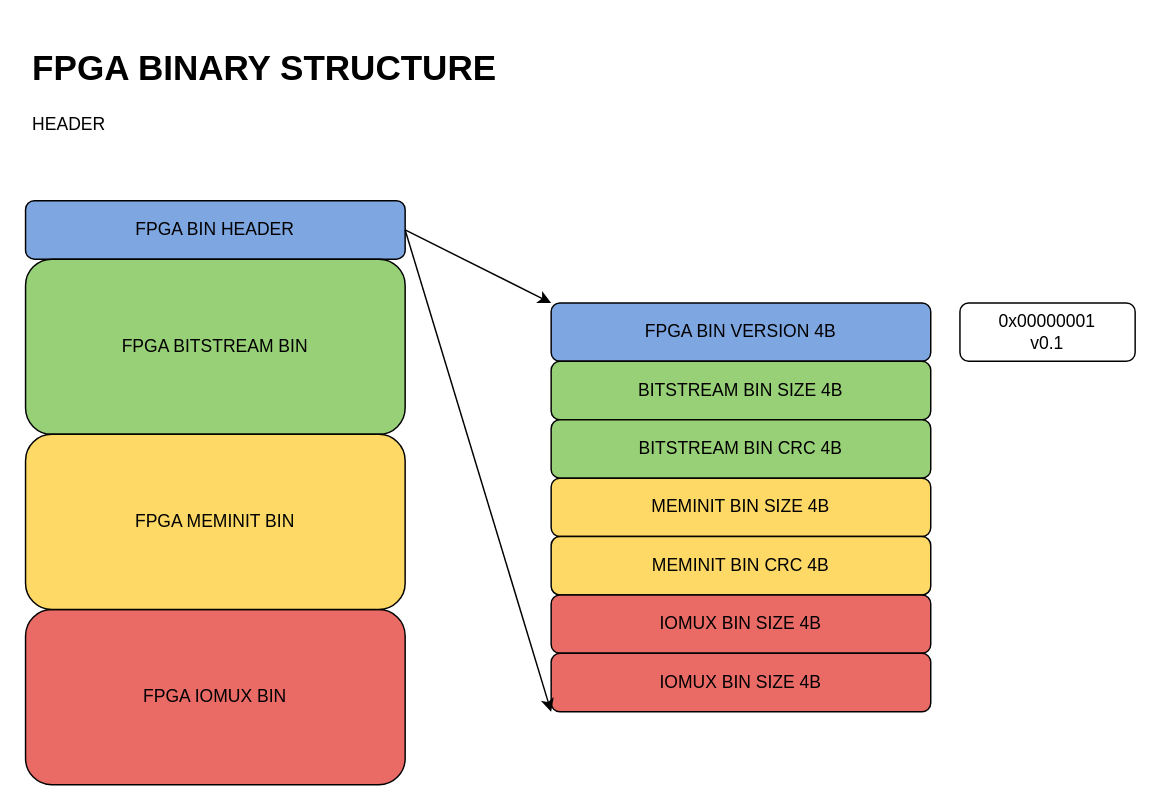
This is page "header" (1 of 4) of qf_apps/qf_bootloader/fpga-bin-structure.drawio from QuickLogic-Corp/qorc-sdk, a draw.io file, before an edit. Source tidied: cells renumbered, new cells numbered last; positions are measured from the earlier drawing's top-left corner, leaving out a move shared by most shapes. Both pictures are drawn from the tidied source at 146%, with x=0, y=0 at pixel (25, 39).
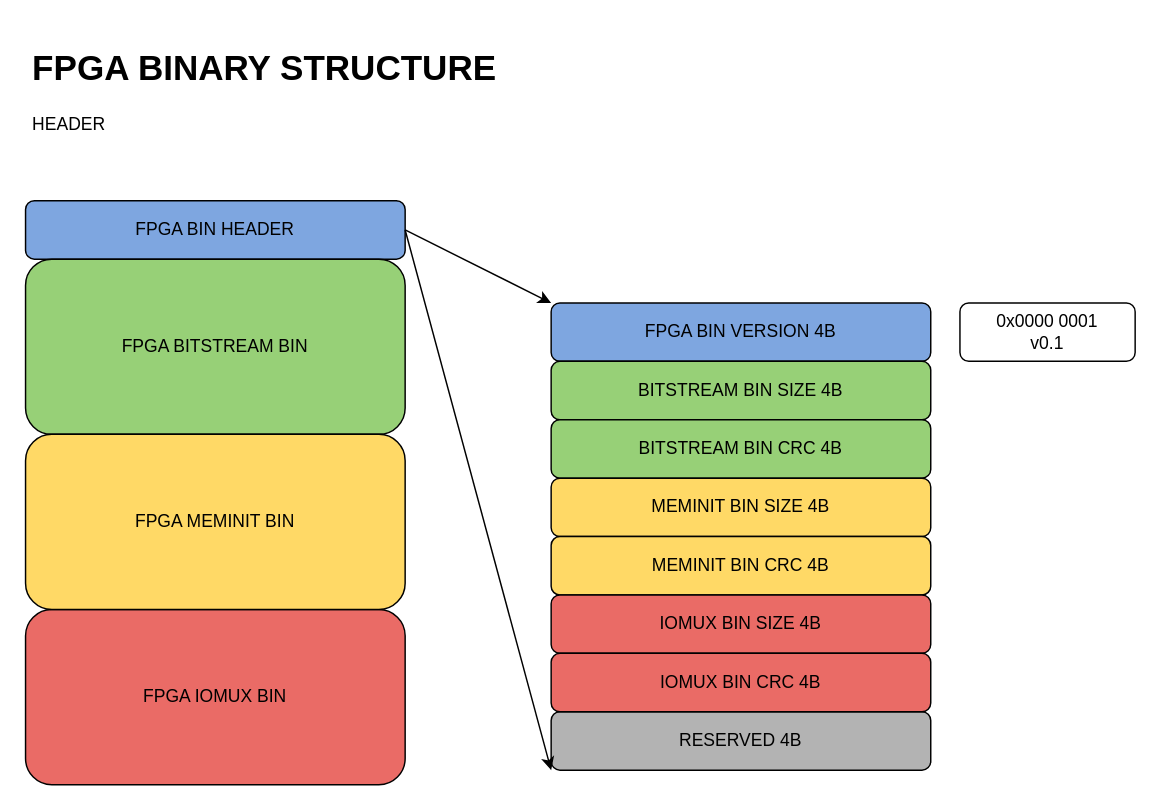
The same diagram, later.

Change to the diagram source:
```diff
@@
-<mxGraphModel>
+<mxGraphModel background="#ffffff">
   <root>
     <mxCell id="0" />
     <mxCell id="1" parent="0" />
     <mxCell id="2" value="&lt;div&gt;FPGA BIN HEADER&lt;/div&gt;" style="rounded=1;whiteSpace=wrap;html=1;fillColor=#7EA6E0;" parent="1" vertex="1">
       <mxGeometry y="110" width="260" height="40" as="geometry" />
     </mxCell>
     <mxCell id="3" value="&lt;div&gt;FPGA BITSTREAM BIN&lt;br&gt;&lt;/div&gt;" style="rounded=1;whiteSpace=wrap;html=1;fillColor=#97D077;" parent="1" vertex="1">
       <mxGeometry y="150" width="260" height="120" as="geometry" />
     </mxCell>
     <mxCell id="4" value="&lt;div&gt;FPGA IOMUX BIN&lt;br&gt;&lt;/div&gt;" style="rounded=1;whiteSpace=wrap;html=1;fillColor=#EA6B66;" parent="1" vertex="1">
       <mxGeometry y="390" width="260" height="120" as="geometry" />
     </mxCell>
     <mxCell id="5" value="&lt;div&gt;FPGA MEMINIT BIN&lt;br&gt;&lt;/div&gt;" style="rounded=1;whiteSpace=wrap;html=1;fillColor=#FFD966;" parent="1" vertex="1">
       <mxGeometry y="270" width="260" height="120" as="geometry" />
     </mxCell>
     <mxCell id="6" value="FPGA BIN VERSION 4B" style="rounded=1;whiteSpace=wrap;html=1;fillColor=#7EA6E0;" parent="1" vertex="1">
       <mxGeometry x="360" y="180" width="260" height="40" as="geometry" />
     </mxCell>
     <mxCell id="7" value="BITSTREAM BIN SIZE 4B" style="rounded=1;whiteSpace=wrap;html=1;fillColor=#97D077;" parent="1" vertex="1">
       <mxGeometry x="360" y="220" width="260" height="40" as="geometry" />
     </mxCell>
     <mxCell id="8" value="BITSTREAM BIN CRC 4B" style="rounded=1;whiteSpace=wrap;html=1;fillColor=#97D077;" parent="1" vertex="1">
       <mxGeometry x="360" y="260" width="260" height="40" as="geometry" />
     </mxCell>
     <mxCell id="9" value="MEMINIT BIN SIZE 4B" style="rounded=1;whiteSpace=wrap;html=1;fillColor=#FFD966;" parent="1" vertex="1">
       <mxGeometry x="360" y="300" width="260" height="40" as="geometry" />
     </mxCell>
     <mxCell id="10" value="MEMINIT BIN CRC 4B" style="rounded=1;whiteSpace=wrap;html=1;fillColor=#FFD966;" parent="1" vertex="1">
       <mxGeometry x="360" y="340" width="260" height="40" as="geometry" />
     </mxCell>
     <mxCell id="11" value="IOMUX BIN SIZE 4B" style="rounded=1;whiteSpace=wrap;html=1;fillColor=#EA6B66;" parent="1" vertex="1">
       <mxGeometry x="360" y="380" width="260" height="40" as="geometry" />
     </mxCell>
-    <mxCell id="12" value="IOMUX BIN SIZE 4B" style="rounded=1;whiteSpace=wrap;html=1;fillColor=#EA6B66;" parent="1" vertex="1">
-      <mxGeometry x="360" y="420" width="260" height="40" as="geometry" />
+    <mxCell id="12" value="RESERVED 4B" style="rounded=1;whiteSpace=wrap;html=1;fillColor=#B3B3B3;" parent="1" vertex="1">
+      <mxGeometry x="360" y="460" width="260" height="40" as="geometry" />
     </mxCell>
     <mxCell id="13" style="endArrow=classic;html=1;exitX=1;exitY=0.5;exitDx=0;exitDy=0;entryX=0;entryY=0;entryDx=0;entryDy=0;" parent="1" edge="1" source="2" target="6">
       <mxGeometry relative="1" as="geometry" />
     </mxCell>
     <mxCell id="14" style="endArrow=classic;html=1;exitX=1;exitY=0.5;exitDx=0;exitDy=0;entryX=0;entryY=1;entryDx=0;entryDy=0;" parent="1" edge="1" source="2" target="12">
       <mxGeometry relative="1" as="geometry" />
     </mxCell>
     <mxCell id="15" value="&lt;h1&gt;FPGA BINARY STRUCTURE&lt;br&gt;&lt;/h1&gt;&lt;p&gt;HEADER&lt;br&gt;&lt;/p&gt;" style="text;html=1;strokeColor=none;fillColor=none;spacing=5;spacingTop=-20;whiteSpace=wrap;overflow=hidden;rounded=0;" parent="1" vertex="1">
       <mxGeometry width="330" height="80" as="geometry" />
     </mxCell>
-    <mxCell id="16" value="&lt;div&gt;0x00000001&lt;/div&gt;&lt;div&gt;v0.1&lt;br&gt;&lt;/div&gt;" style="rounded=1;whiteSpace=wrap;html=1;fillColor=#FFFFFF;" parent="1" vertex="1">
+    <mxCell id="16" value="&lt;div&gt;0x0000 0001&lt;/div&gt;&lt;div&gt;v0.1&lt;br&gt;&lt;/div&gt;" style="rounded=1;whiteSpace=wrap;html=1;fillColor=#FFFFFF;" parent="1" vertex="1">
       <mxGeometry x="640" y="180" width="120" height="40" as="geometry" />
     </mxCell>
+    <mxCell id="17" value="IOMUX BIN CRC 4B" style="rounded=1;whiteSpace=wrap;html=1;fillColor=#EA6B66;" parent="1" vertex="1">
+      <mxGeometry x="360" y="420" width="260" height="40" as="geometry" />
+    </mxCell>
   </root>
 </mxGraphModel>
```
